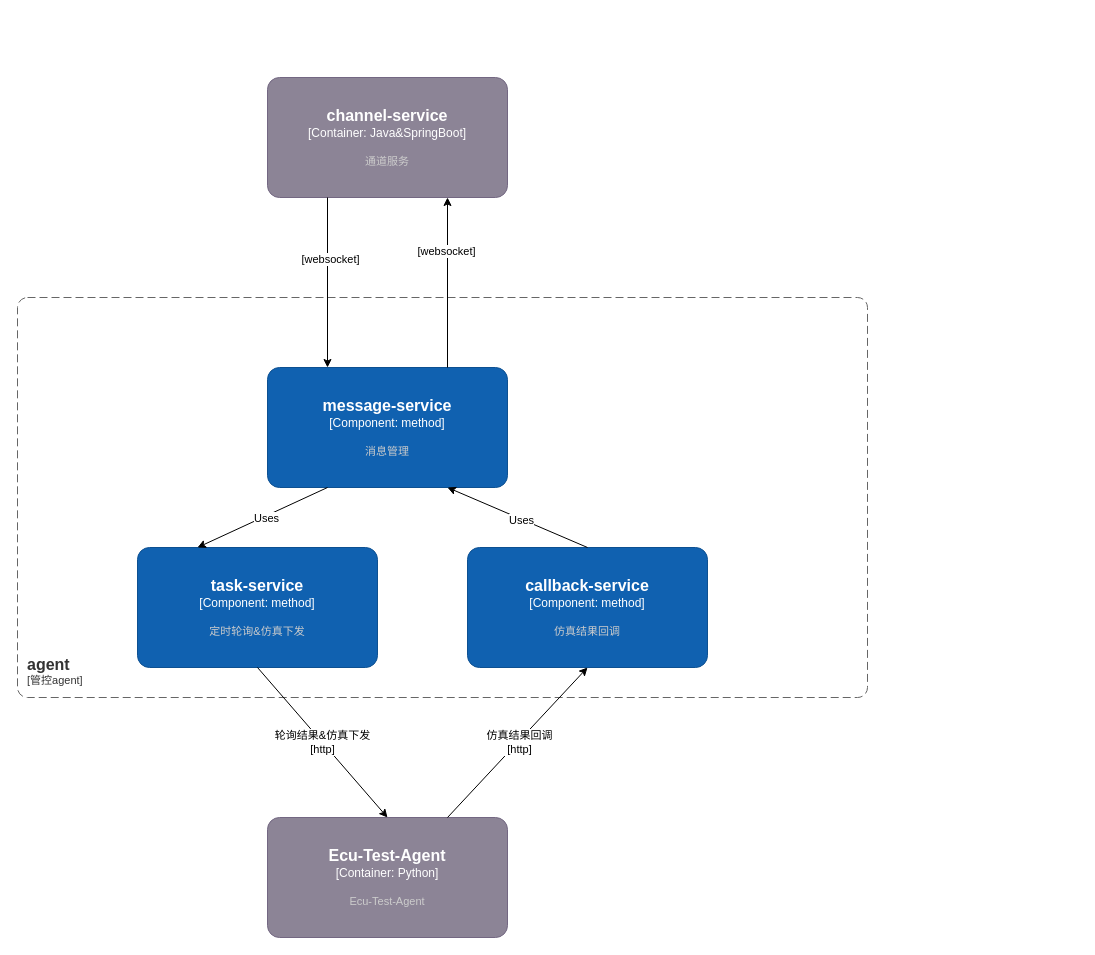
Above: page "第 3 页" (4 of 4) of 调度时序图.drawio in adwars/adwars (draw.io), before the change. Source tidied: cells renumbered, new cells numbered last; positions are measured from the earlier drawing's top-left corner, leaving out a move shared by most shapes. Both pictures are drawn from the tidied source at 100%, with x=0, y=0 at pixel (17, 77).
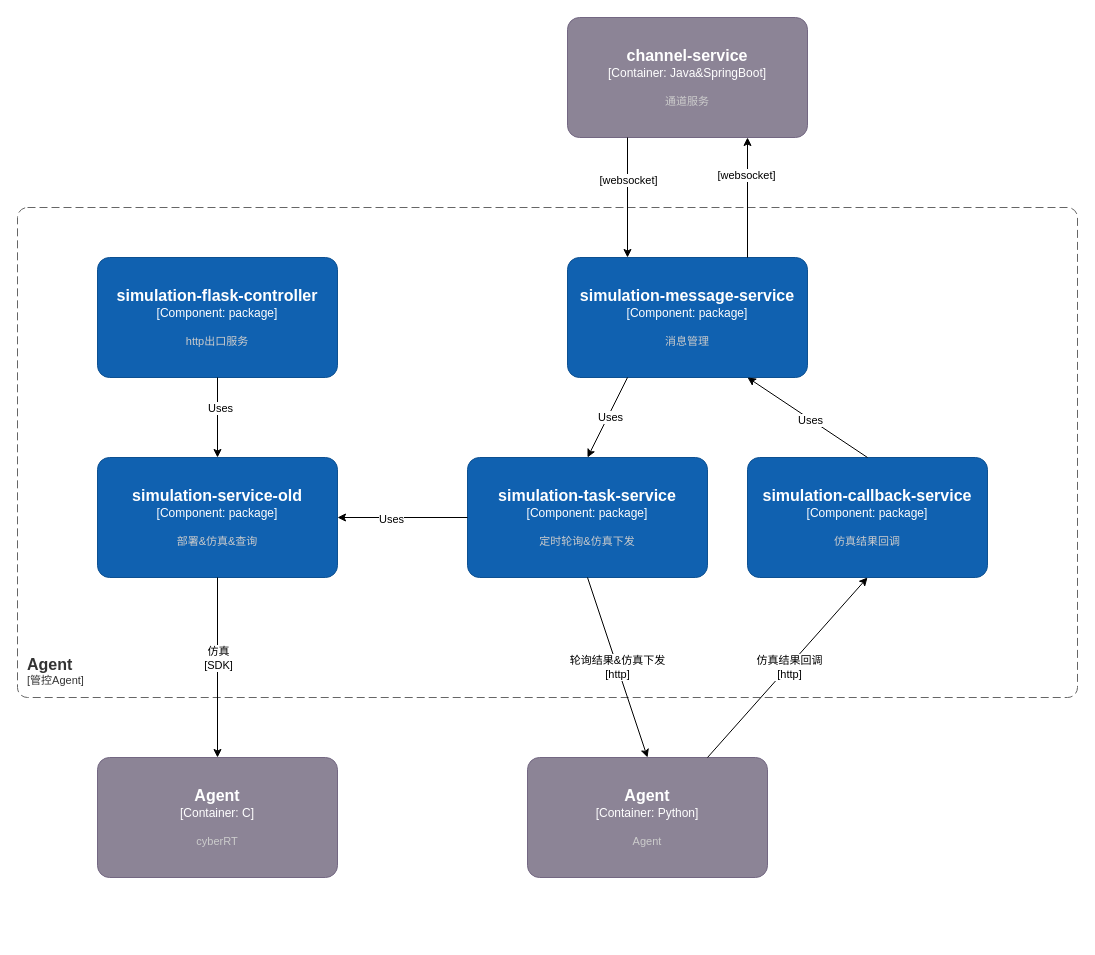
The same page after the edit.

The change refers to these unchanged cells:
```xml
<mxCell id="9" style="endArrow=classic;html=1;rounded=0;startSize=6;endSize=6;entryX=0.25;entryY=0;entryDx=0;entryDy=0;entryPerimeter=0;exitX=0.25;exitY=1;exitDx=0;exitDy=0;exitPerimeter=0;" parent="1" edge="1" source="6" target="5">
  <mxGeometry relative="1" as="geometry" />
</mxCell>
```

Diff of the diagram source:
```diff
@@
-    <object id="2" label="&lt;font style=&quot;font-size: 16px&quot;&gt;&lt;b&gt;%c4Name%&lt;/b&gt;&lt;/font&gt;&lt;div&gt;[%c4Type%]&lt;/div&gt;&lt;br&gt;&lt;div&gt;&lt;font style=&quot;font-size: 11px&quot;&gt;&lt;font color=&quot;#cccccc&quot;&gt;%c4Description%&lt;/font&gt;&lt;/div&gt;" c4Description="定时轮询&amp;仿真下发" c4Name="task-service" c4Type="Component: method" placeholders="1">
+    <object id="2" label="&lt;font style=&quot;font-size: 16px&quot;&gt;&lt;b&gt;%c4Name%&lt;/b&gt;&lt;/font&gt;&lt;div&gt;[%c4Type%]&lt;/div&gt;&lt;br&gt;&lt;div&gt;&lt;font style=&quot;font-size: 11px&quot;&gt;&lt;font color=&quot;#cccccc&quot;&gt;%c4Description%&lt;/font&gt;&lt;/div&gt;" c4Description="定时轮询&amp;仿真下发" c4Name="simulation-task-service" c4Type="Component: package" placeholders="1">
       <mxCell style="rounded=1;whiteSpace=wrap;html=1;labelBackgroundColor=none;fillColor=#1061B0;fontColor=#ffffff;align=center;arcSize=10;strokeColor=#0D5091;points=[[0.25,0,0],[0.5,0,0],[0.75,0,0],[1,0.25,0],[1,0.5,0],[1,0.75,0],[0.75,1,0],[0.5,1,0],[0.25,1,0],[0,0.75,0],[0,0.5,0],[0,0.25,0]];" parent="1" vertex="1">
-        <mxGeometry x="120" y="470" width="240" height="120" as="geometry" />
+        <mxGeometry x="450" y="380" width="240" height="120" as="geometry" />
       </mxCell>
     </object>
-    <object id="3" label="&lt;font style=&quot;font-size: 16px&quot;&gt;&lt;b&gt;&lt;div style=&quot;text-align: left&quot;&gt;%c4Name%&lt;/div&gt;&lt;/b&gt;&lt;/font&gt;&lt;div style=&quot;text-align: left&quot;&gt;[%c4Application%]&lt;/div&gt;" c4Application="管控agent" c4Name="agent" placeholders="1">
+    <object id="3" label="&lt;font style=&quot;font-size: 16px&quot;&gt;&lt;b&gt;&lt;div style=&quot;text-align: left&quot;&gt;%c4Name%&lt;/div&gt;&lt;/b&gt;&lt;/font&gt;&lt;div style=&quot;text-align: left&quot;&gt;[%c4Application%]&lt;/div&gt;" c4Application="管控Agent" c4Name="Agent" placeholders="1">
       <mxCell style="rounded=1;fontSize=11;whiteSpace=wrap;html=1;dashed=1;arcSize=20;fillColor=none;strokeColor=#666666;fontColor=#333333;labelBackgroundColor=none;align=left;verticalAlign=bottom;labelBorderColor=none;spacingTop=0;spacing=10;dashPattern=8 4;perimeter=rectanglePerimeter;noLabel=0;labelPadding=0;absoluteArcSize=1;" parent="1" vertex="1">
-        <mxGeometry y="220" width="850" height="400" as="geometry" />
+        <mxGeometry y="130" width="1060" height="490" as="geometry" />
       </mxCell>
     </object>
-    <object id="4" label="&lt;font style=&quot;font-size: 16px&quot;&gt;&lt;b&gt;%c4Name%&lt;/b&gt;&lt;/font&gt;&lt;div&gt;[%c4Type%]&lt;/div&gt;&lt;br&gt;&lt;div&gt;&lt;font style=&quot;font-size: 11px&quot;&gt;&lt;font color=&quot;#cccccc&quot;&gt;%c4Description%&lt;/font&gt;&lt;/div&gt;" c4Description="Ecu-Test-Agent" c4Name="Ecu-Test-Agent" c4Type="Container: Python" placeholders="1">
+    <object id="4" label="&lt;font style=&quot;font-size: 16px&quot;&gt;&lt;b&gt;%c4Name%&lt;/b&gt;&lt;/font&gt;&lt;div&gt;[%c4Type%]&lt;/div&gt;&lt;br&gt;&lt;div&gt;&lt;font style=&quot;font-size: 11px&quot;&gt;&lt;font color=&quot;#cccccc&quot;&gt;%c4Description%&lt;/font&gt;&lt;/div&gt;" c4Description="Agent" c4Name="Agent" c4Type="Container: Python" placeholders="1">
       <mxCell style="rounded=1;whiteSpace=wrap;html=1;labelBackgroundColor=none;fillColor=#8C8496;fontColor=#ffffff;align=center;arcSize=10;strokeColor=#736782;points=[[0.25,0,0],[0.5,0,0],[0.75,0,0],[1,0.25,0],[1,0.5,0],[1,0.75,0],[0.75,1,0],[0.5,1,0],[0.25,1,0],[0,0.75,0],[0,0.5,0],[0,0.25,0]];" parent="1" vertex="1">
-        <mxGeometry x="250" y="740" width="240" height="120" as="geometry" />
+        <mxGeometry x="510" y="680" width="240" height="120" as="geometry" />
       </mxCell>
     </object>
-    <object id="5" label="&lt;font style=&quot;font-size: 16px&quot;&gt;&lt;b&gt;%c4Name%&lt;/b&gt;&lt;/font&gt;&lt;div&gt;[%c4Type%]&lt;/div&gt;&lt;br&gt;&lt;div&gt;&lt;font style=&quot;font-size: 11px&quot;&gt;&lt;font color=&quot;#cccccc&quot;&gt;%c4Description%&lt;/font&gt;&lt;/div&gt;" c4Description="消息管理" c4Name="message-service" c4Type="Component: method" placeholders="1">
+    <object id="5" label="&lt;font style=&quot;font-size: 16px&quot;&gt;&lt;b&gt;%c4Name%&lt;/b&gt;&lt;/font&gt;&lt;div&gt;[%c4Type%]&lt;/div&gt;&lt;br&gt;&lt;div&gt;&lt;font style=&quot;font-size: 11px&quot;&gt;&lt;font color=&quot;#cccccc&quot;&gt;%c4Description%&lt;/font&gt;&lt;/div&gt;" c4Description="消息管理" c4Name="simulation-message-service" c4Type="Component: package" placeholders="1">
       <mxCell style="rounded=1;whiteSpace=wrap;html=1;labelBackgroundColor=none;fillColor=#1061B0;fontColor=#ffffff;align=center;arcSize=10;strokeColor=#0D5091;points=[[0.25,0,0],[0.5,0,0],[0.75,0,0],[1,0.25,0],[1,0.5,0],[1,0.75,0],[0.75,1,0],[0.5,1,0],[0.25,1,0],[0,0.75,0],[0,0.5,0],[0,0.25,0]];" parent="1" vertex="1">
-        <mxGeometry x="250" y="290" width="240" height="120" as="geometry" />
+        <mxGeometry x="550" y="180" width="240" height="120" as="geometry" />
       </mxCell>
     </object>
     <object id="6" label="&lt;font style=&quot;font-size: 16px&quot;&gt;&lt;b&gt;%c4Name%&lt;/b&gt;&lt;/font&gt;&lt;div&gt;[%c4Type%]&lt;/div&gt;&lt;br&gt;&lt;div&gt;&lt;font style=&quot;font-size: 11px&quot;&gt;&lt;font color=&quot;#cccccc&quot;&gt;%c4Description%&lt;/font&gt;&lt;/div&gt;" c4Description="通道服务" c4Name="channel-service" c4Type="Container: Java&amp;SpringBoot" placeholders="1">
       <mxCell style="rounded=1;whiteSpace=wrap;html=1;labelBackgroundColor=none;fillColor=#8C8496;fontColor=#ffffff;align=center;arcSize=10;strokeColor=#736782;points=[[0.25,0,0],[0.5,0,0],[0.75,0,0],[1,0.25,0],[1,0.5,0],[1,0.75,0],[0.75,1,0],[0.5,1,0],[0.25,1,0],[0,0.75,0],[0,0.5,0],[0,0.25,0]];" parent="1" vertex="1">
-        <mxGeometry x="250" width="240" height="120" as="geometry" />
+        <mxGeometry x="550" y="-60" width="240" height="120" as="geometry" />
       </mxCell>
     </object>
@@
     <mxCell id="10" value="[websocket]" style="edgeLabel;html=1;align=center;verticalAlign=middle;" parent="9" vertex="1">
-      <mxGeometry x="-0.28" y="2" relative="1" as="geometry" />
+      <mxGeometry x="-0.28" y="2" relative="1" as="geometry">
+        <mxPoint x="-2" y="-1" as="offset" />
+      </mxGeometry>
     </mxCell>
-    <object id="11" label="&lt;font style=&quot;font-size: 16px&quot;&gt;&lt;b&gt;%c4Name%&lt;/b&gt;&lt;/font&gt;&lt;div&gt;[%c4Type%]&lt;/div&gt;&lt;br&gt;&lt;div&gt;&lt;font style=&quot;font-size: 11px&quot;&gt;&lt;font color=&quot;#cccccc&quot;&gt;%c4Description%&lt;/font&gt;&lt;/div&gt;" c4Description="仿真结果回调" c4Name="callback-service" c4Type="Component: method" placeholders="1">
+    <object id="11" label="&lt;font style=&quot;font-size: 16px&quot;&gt;&lt;b&gt;%c4Name%&lt;/b&gt;&lt;/font&gt;&lt;div&gt;[%c4Type%]&lt;/div&gt;&lt;br&gt;&lt;div&gt;&lt;font style=&quot;font-size: 11px&quot;&gt;&lt;font color=&quot;#cccccc&quot;&gt;%c4Description%&lt;/font&gt;&lt;/div&gt;" c4Description="仿真结果回调" c4Name="simulation-callback-service" c4Type="Component: package" placeholders="1">
       <mxCell style="rounded=1;whiteSpace=wrap;html=1;labelBackgroundColor=none;fillColor=#1061B0;fontColor=#ffffff;align=center;arcSize=10;strokeColor=#0D5091;points=[[0.25,0,0],[0.5,0,0],[0.75,0,0],[1,0.25,0],[1,0.5,0],[1,0.75,0],[0.75,1,0],[0.5,1,0],[0.25,1,0],[0,0.75,0],[0,0.5,0],[0,0.25,0]];" parent="1" vertex="1">
-        <mxGeometry x="450" y="470" width="240" height="120" as="geometry" />
+        <mxGeometry x="730" y="380" width="240" height="120" as="geometry" />
       </mxCell>
     </object>
-    <mxCell id="12" style="endArrow=classic;html=1;rounded=0;startSize=6;endSize=6;exitX=0.25;exitY=1;exitDx=0;exitDy=0;exitPerimeter=0;entryX=0.25;entryY=0;entryDx=0;entryDy=0;entryPerimeter=0;" parent="1" edge="1" source="5" target="2">
+    <mxCell id="12" style="endArrow=classic;html=1;rounded=0;startSize=6;endSize=6;exitX=0.25;exitY=1;exitDx=0;exitDy=0;exitPerimeter=0;entryX=0.5;entryY=0;entryDx=0;entryDy=0;entryPerimeter=0;" parent="1" edge="1" source="5" target="2">
       <mxGeometry relative="1" as="geometry" />
     </mxCell>
@@
+    <object id="19" label="&lt;font style=&quot;font-size: 16px&quot;&gt;&lt;b&gt;%c4Name%&lt;/b&gt;&lt;/font&gt;&lt;div&gt;[%c4Type%]&lt;/div&gt;&lt;br&gt;&lt;div&gt;&lt;font style=&quot;font-size: 11px&quot;&gt;&lt;font color=&quot;#cccccc&quot;&gt;%c4Description%&lt;/font&gt;&lt;/div&gt;" c4Description="http出口服务" c4Name="simulation-flask-controller" c4Type="Component: package" placeholders="1">
+      <mxCell style="rounded=1;whiteSpace=wrap;html=1;labelBackgroundColor=none;fillColor=#1061B0;fontColor=#ffffff;align=center;arcSize=10;strokeColor=#0D5091;points=[[0.25,0,0],[0.5,0,0],[0.75,0,0],[1,0.25,0],[1,0.5,0],[1,0.75,0],[0.75,1,0],[0.5,1,0],[0.25,1,0],[0,0.75,0],[0,0.5,0],[0,0.25,0]];" parent="1" vertex="1">
+        <mxGeometry x="80" y="180" width="240" height="120" as="geometry" />
+      </mxCell>
+    </object>
+    <object id="20" label="&lt;font style=&quot;font-size: 16px&quot;&gt;&lt;b&gt;%c4Name%&lt;/b&gt;&lt;/font&gt;&lt;div&gt;[%c4Type%]&lt;/div&gt;&lt;br&gt;&lt;div&gt;&lt;font style=&quot;font-size: 11px&quot;&gt;&lt;font color=&quot;#cccccc&quot;&gt;%c4Description%&lt;/font&gt;&lt;/div&gt;" c4Description="部署&amp;仿真&amp;查询" c4Name="simulation-service-old" c4Type="Component: package" placeholders="1">
+      <mxCell style="rounded=1;whiteSpace=wrap;html=1;labelBackgroundColor=none;fillColor=#1061B0;fontColor=#ffffff;align=center;arcSize=10;strokeColor=#0D5091;points=[[0.25,0,0],[0.5,0,0],[0.75,0,0],[1,0.25,0],[1,0.5,0],[1,0.75,0],[0.75,1,0],[0.5,1,0],[0.25,1,0],[0,0.75,0],[0,0.5,0],[0,0.25,0]];" parent="1" vertex="1">
+        <mxGeometry x="80" y="380" width="240" height="120" as="geometry" />
+      </mxCell>
+    </object>
+    <mxCell id="21" style="endArrow=classic;html=1;rounded=0;startSize=6;endSize=6;exitX=0.5;exitY=1;exitDx=0;exitDy=0;exitPerimeter=0;" parent="1" edge="1" source="19" target="20">
+      <mxGeometry relative="1" as="geometry" />
+    </mxCell>
+    <mxCell id="22" value="Uses" style="edgeLabel;html=1;align=center;verticalAlign=middle;" parent="21" vertex="1">
+      <mxGeometry x="-0.24" y="2" relative="1" as="geometry" />
+    </mxCell>
+    <mxCell id="23" style="endArrow=classic;html=1;rounded=0;startSize=6;endSize=6;exitX=0.5;exitY=1;exitDx=0;exitDy=0;exitPerimeter=0;entryX=0.5;entryY=0;entryDx=0;entryDy=0;entryPerimeter=0;" parent="1" edge="1" source="20" target="27">
+      <mxGeometry relative="1" as="geometry" />
+    </mxCell>
+    <mxCell id="24" value="仿真&lt;br&gt;[SDK]" style="edgeLabel;html=1;align=center;verticalAlign=middle;" parent="23" vertex="1">
+      <mxGeometry x="-0.11" relative="1" as="geometry" />
+    </mxCell>
+    <mxCell id="25" style="endArrow=classic;html=1;rounded=0;startSize=6;endSize=6;exitX=0;exitY=0.5;exitDx=0;exitDy=0;exitPerimeter=0;" parent="1" edge="1" source="2" target="20">
+      <mxGeometry relative="1" as="geometry" />
+    </mxCell>
+    <mxCell id="26" value="Uses" style="edgeLabel;html=1;align=center;verticalAlign=middle;" parent="25" vertex="1">
+      <mxGeometry x="0.19" y="1" relative="1" as="geometry" />
+    </mxCell>
+    <object id="27" label="&lt;font style=&quot;font-size: 16px&quot;&gt;&lt;b&gt;%c4Name%&lt;/b&gt;&lt;/font&gt;&lt;div&gt;[%c4Type%]&lt;/div&gt;&lt;br&gt;&lt;div&gt;&lt;font style=&quot;font-size: 11px&quot;&gt;&lt;font color=&quot;#cccccc&quot;&gt;%c4Description%&lt;/font&gt;&lt;/div&gt;" c4Description="cyberRT" c4Name="Agent" c4Type="Container: C" placeholders="1">
+      <mxCell style="rounded=1;whiteSpace=wrap;html=1;labelBackgroundColor=none;fillColor=#8C8496;fontColor=#ffffff;align=center;arcSize=10;strokeColor=#736782;points=[[0.25,0,0],[0.5,0,0],[0.75,0,0],[1,0.25,0],[1,0.5,0],[1,0.75,0],[0.75,1,0],[0.5,1,0],[0.25,1,0],[0,0.75,0],[0,0.5,0],[0,0.25,0]];" parent="1" vertex="1">
+        <mxGeometry x="80" y="680" width="240" height="120" as="geometry" />
+      </mxCell>
+    </object>
```
